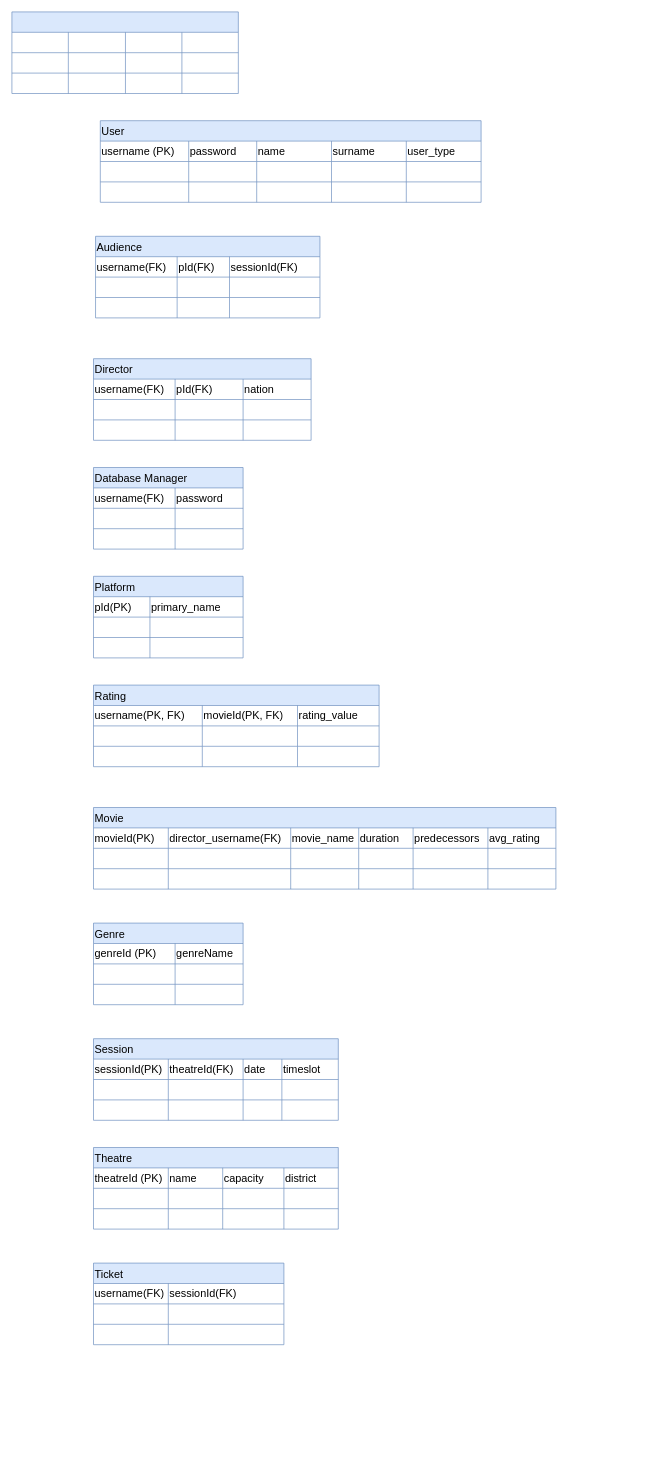
This is relationalModel.drawio from OnurKlc/draw.io_files, a draw.io file, before an edit. Source tidied: cells renumbered, new cells numbered last; positions are measured from the earlier drawing's top-left corner, leaving out a move shared by most shapes. Both pictures are drawn from the tidied source at 68%, with x=0, y=0 at pixel (12, 12).
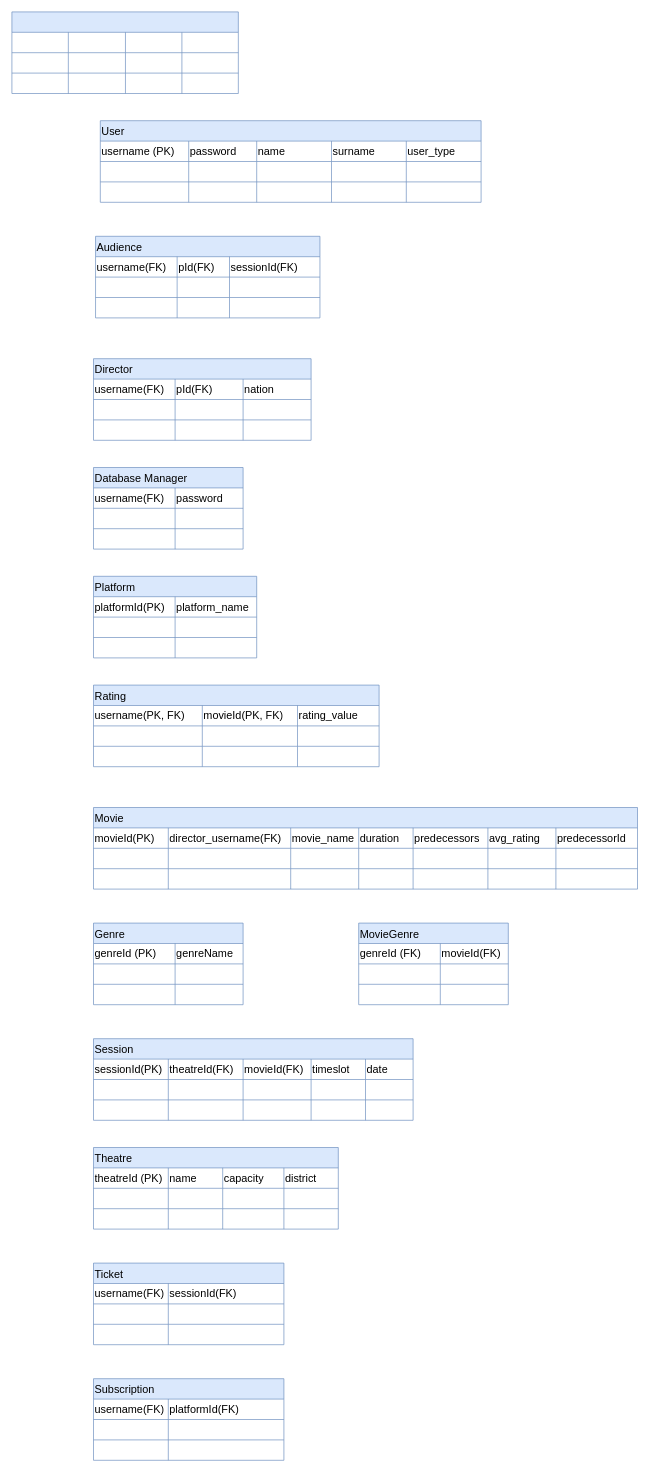
Above is the later version.

Diff of the diagram source:
```diff
@@
     <mxCell id="37" value="Platform" style="shape=table;startSize=30;childLayout=tableLayout;strokeColor=#6c8ebf;fontSize=16;align=left;perimeterSpacing=0;fillColor=#dae8fc;" parent="1" vertex="1">
-      <mxGeometry x="120" y="830" width="220" height="120" as="geometry" />
+      <mxGeometry x="120" y="830" width="240" height="120" as="geometry" />
     </mxCell>
     <mxCell id="38" style="shape=tableRow;horizontal=0;startSize=0;swimlaneHead=0;swimlaneBody=0;strokeColor=inherit;top=0;left=0;bottom=0;right=0;fillColor=none;fontSize=16;" parent="37" vertex="1">
-      <mxGeometry y="30" width="220" height="30" as="geometry" />
+      <mxGeometry y="30" width="240" height="30" as="geometry" />
     </mxCell>
-    <mxCell id="39" value="pId(PK)" style="shape=partialRectangle;html=1;whiteSpace=wrap;strokeColor=inherit;overflow=hidden;fillColor=none;top=0;left=0;bottom=0;right=0;fontSize=16;align=left;" parent="38" vertex="1">
-      <mxGeometry width="83" height="30" as="geometry" />
+    <mxCell id="39" value="platformId(PK)" style="shape=partialRectangle;html=1;whiteSpace=wrap;strokeColor=inherit;overflow=hidden;fillColor=none;top=0;left=0;bottom=0;right=0;fontSize=16;align=left;" parent="38" vertex="1">
+      <mxGeometry width="120" height="30" as="geometry" />
     </mxCell>
-    <mxCell id="40" value="primary_name" style="shape=partialRectangle;html=1;whiteSpace=wrap;strokeColor=inherit;overflow=hidden;fillColor=none;top=0;left=0;bottom=0;right=0;fontSize=16;align=left;" parent="38" vertex="1">
-      <mxGeometry x="83" width="137" height="30" as="geometry" />
+    <mxCell id="40" value="platform_name" style="shape=partialRectangle;html=1;whiteSpace=wrap;strokeColor=inherit;overflow=hidden;fillColor=none;top=0;left=0;bottom=0;right=0;fontSize=16;align=left;" parent="38" vertex="1">
+      <mxGeometry x="120" width="120" height="30" as="geometry" />
     </mxCell>
     <mxCell id="41" style="shape=tableRow;horizontal=0;startSize=0;swimlaneHead=0;swimlaneBody=0;strokeColor=inherit;top=0;left=0;bottom=0;right=0;fillColor=none;fontSize=16;" parent="37" vertex="1">
-      <mxGeometry y="60" width="220" height="30" as="geometry" />
+      <mxGeometry y="60" width="240" height="30" as="geometry" />
     </mxCell>
     <mxCell id="42" style="shape=partialRectangle;html=1;whiteSpace=wrap;strokeColor=inherit;overflow=hidden;fillColor=none;top=0;left=0;bottom=0;right=0;fontSize=16;" parent="41" vertex="1">
-      <mxGeometry width="83" height="30" as="geometry" />
+      <mxGeometry width="120" height="30" as="geometry" />
     </mxCell>
     <mxCell id="43" style="shape=partialRectangle;html=1;whiteSpace=wrap;strokeColor=inherit;overflow=hidden;fillColor=none;top=0;left=0;bottom=0;right=0;fontSize=16;" parent="41" vertex="1">
-      <mxGeometry x="83" width="137" height="30" as="geometry" />
+      <mxGeometry x="120" width="120" height="30" as="geometry" />
     </mxCell>
     <mxCell id="44" style="shape=tableRow;horizontal=0;startSize=0;swimlaneHead=0;swimlaneBody=0;strokeColor=inherit;top=0;left=0;bottom=0;right=0;fillColor=none;fontSize=16;" parent="37" vertex="1">
-      <mxGeometry y="90" width="220" height="30" as="geometry" />
+      <mxGeometry y="90" width="240" height="30" as="geometry" />
     </mxCell>
     <mxCell id="45" style="shape=partialRectangle;html=1;whiteSpace=wrap;strokeColor=inherit;overflow=hidden;fillColor=none;top=0;left=0;bottom=0;right=0;fontSize=16;" parent="44" vertex="1">
-      <mxGeometry width="83" height="30" as="geometry" />
+      <mxGeometry width="120" height="30" as="geometry" />
     </mxCell>
     <mxCell id="46" style="shape=partialRectangle;html=1;whiteSpace=wrap;strokeColor=inherit;overflow=hidden;fillColor=none;top=0;left=0;bottom=0;right=0;fontSize=16;" parent="44" vertex="1">
-      <mxGeometry x="83" width="137" height="30" as="geometry" />
+      <mxGeometry x="120" width="120" height="30" as="geometry" />
     </mxCell>
@@
     <mxCell id="60" value="Movie" style="shape=table;startSize=30;childLayout=tableLayout;strokeColor=#6c8ebf;fontSize=16;align=left;perimeterSpacing=0;fillColor=#dae8fc;" parent="1" vertex="1">
-      <mxGeometry x="120" y="1170" width="680" height="120" as="geometry" />
+      <mxGeometry x="120" y="1170" width="800" height="120" as="geometry" />
     </mxCell>
     <mxCell id="61" style="shape=tableRow;horizontal=0;startSize=0;swimlaneHead=0;swimlaneBody=0;strokeColor=inherit;top=0;left=0;bottom=0;right=0;fillColor=none;fontSize=16;" parent="60" vertex="1">
-      <mxGeometry y="30" width="680" height="30" as="geometry" />
+      <mxGeometry y="30" width="800" height="30" as="geometry" />
     </mxCell>
@@
+    <mxCell id="170" value="predecessorId" style="shape=partialRectangle;html=1;whiteSpace=wrap;strokeColor=inherit;overflow=hidden;fillColor=none;top=0;left=0;bottom=0;right=0;fontSize=16;align=left;" parent="61" vertex="1">
+      <mxGeometry x="680" width="120" height="30" as="geometry" />
+    </mxCell>
     <mxCell id="68" style="shape=tableRow;horizontal=0;startSize=0;swimlaneHead=0;swimlaneBody=0;strokeColor=inherit;top=0;left=0;bottom=0;right=0;fillColor=none;fontSize=16;" parent="60" vertex="1">
-      <mxGeometry y="60" width="680" height="30" as="geometry" />
+      <mxGeometry y="60" width="800" height="30" as="geometry" />
     </mxCell>
@@
+    <mxCell id="171" style="shape=partialRectangle;html=1;whiteSpace=wrap;strokeColor=inherit;overflow=hidden;fillColor=none;top=0;left=0;bottom=0;right=0;fontSize=16;" parent="68" vertex="1">
+      <mxGeometry x="680" width="120" height="30" as="geometry" />
+    </mxCell>
     <mxCell id="75" style="shape=tableRow;horizontal=0;startSize=0;swimlaneHead=0;swimlaneBody=0;strokeColor=inherit;top=0;left=0;bottom=0;right=0;fillColor=none;fontSize=16;" parent="60" vertex="1">
-      <mxGeometry y="90" width="680" height="30" as="geometry" />
+      <mxGeometry y="90" width="800" height="30" as="geometry" />
     </mxCell>
@@
+    <mxCell id="172" style="shape=partialRectangle;html=1;whiteSpace=wrap;strokeColor=inherit;overflow=hidden;fillColor=none;top=0;left=0;bottom=0;right=0;fontSize=16;" parent="75" vertex="1">
+      <mxGeometry x="680" width="120" height="30" as="geometry" />
+    </mxCell>
@@
     <mxCell id="92" value="Session" style="shape=table;startSize=30;childLayout=tableLayout;strokeColor=#6c8ebf;fontSize=16;align=left;perimeterSpacing=0;fillColor=#dae8fc;" parent="1" vertex="1">
-      <mxGeometry x="120" y="1510" width="360" height="120" as="geometry" />
+      <mxGeometry x="120" y="1510" width="470" height="120" as="geometry" />
     </mxCell>
     <mxCell id="93" style="shape=tableRow;horizontal=0;startSize=0;swimlaneHead=0;swimlaneBody=0;strokeColor=inherit;top=0;left=0;bottom=0;right=0;fillColor=none;fontSize=16;" parent="92" vertex="1">
-      <mxGeometry y="30" width="360" height="30" as="geometry" />
+      <mxGeometry y="30" width="470" height="30" as="geometry" />
     </mxCell>
@@
-    <mxCell id="96" value="date" style="shape=partialRectangle;html=1;whiteSpace=wrap;strokeColor=inherit;overflow=hidden;fillColor=none;top=0;left=0;bottom=0;right=0;fontSize=16;align=left;" parent="93" vertex="1">
-      <mxGeometry x="220" width="57" height="30" as="geometry" />
+    <mxCell id="96" value="movieId(FK)" style="shape=partialRectangle;html=1;whiteSpace=wrap;strokeColor=inherit;overflow=hidden;fillColor=none;top=0;left=0;bottom=0;right=0;fontSize=16;align=left;" parent="93" vertex="1">
+      <mxGeometry x="220" width="100" height="30" as="geometry" />
     </mxCell>
     <mxCell id="97" value="timeslot" style="shape=partialRectangle;html=1;whiteSpace=wrap;strokeColor=inherit;overflow=hidden;fillColor=none;top=0;left=0;bottom=0;right=0;fontSize=16;align=left;" parent="93" vertex="1">
-      <mxGeometry x="277" width="83" height="30" as="geometry" />
+      <mxGeometry x="320" width="80" height="30" as="geometry" />
     </mxCell>
+    <mxCell id="173" value="date" style="shape=partialRectangle;html=1;whiteSpace=wrap;strokeColor=inherit;overflow=hidden;fillColor=none;top=0;left=0;bottom=0;right=0;fontSize=16;align=left;" parent="93" vertex="1">
+      <mxGeometry x="400" width="70" height="30" as="geometry" />
+    </mxCell>
     <mxCell id="98" style="shape=tableRow;horizontal=0;startSize=0;swimlaneHead=0;swimlaneBody=0;strokeColor=inherit;top=0;left=0;bottom=0;right=0;fillColor=none;fontSize=16;" parent="92" vertex="1">
-      <mxGeometry y="60" width="360" height="30" as="geometry" />
+      <mxGeometry y="60" width="470" height="30" as="geometry" />
     </mxCell>
@@
     <mxCell id="101" style="shape=partialRectangle;html=1;whiteSpace=wrap;strokeColor=inherit;overflow=hidden;fillColor=none;top=0;left=0;bottom=0;right=0;fontSize=16;" parent="98" vertex="1">
-      <mxGeometry x="220" width="57" height="30" as="geometry" />
+      <mxGeometry x="220" width="100" height="30" as="geometry" />
     </mxCell>
     <mxCell id="102" style="shape=partialRectangle;html=1;whiteSpace=wrap;strokeColor=inherit;overflow=hidden;fillColor=none;top=0;left=0;bottom=0;right=0;fontSize=16;" parent="98" vertex="1">
-      <mxGeometry x="277" width="83" height="30" as="geometry" />
+      <mxGeometry x="320" width="80" height="30" as="geometry" />
     </mxCell>
+    <mxCell id="174" style="shape=partialRectangle;html=1;whiteSpace=wrap;strokeColor=inherit;overflow=hidden;fillColor=none;top=0;left=0;bottom=0;right=0;fontSize=16;" parent="98" vertex="1">
+      <mxGeometry x="400" width="70" height="30" as="geometry" />
+    </mxCell>
     <mxCell id="103" style="shape=tableRow;horizontal=0;startSize=0;swimlaneHead=0;swimlaneBody=0;strokeColor=inherit;top=0;left=0;bottom=0;right=0;fillColor=none;fontSize=16;" parent="92" vertex="1">
-      <mxGeometry y="90" width="360" height="30" as="geometry" />
+      <mxGeometry y="90" width="470" height="30" as="geometry" />
     </mxCell>
@@
     <mxCell id="106" style="shape=partialRectangle;html=1;whiteSpace=wrap;strokeColor=inherit;overflow=hidden;fillColor=none;top=0;left=0;bottom=0;right=0;fontSize=16;" parent="103" vertex="1">
-      <mxGeometry x="220" width="57" height="30" as="geometry" />
+      <mxGeometry x="220" width="100" height="30" as="geometry" />
     </mxCell>
     <mxCell id="107" style="shape=partialRectangle;html=1;whiteSpace=wrap;strokeColor=inherit;overflow=hidden;fillColor=none;top=0;left=0;bottom=0;right=0;fontSize=16;" parent="103" vertex="1">
-      <mxGeometry x="277" width="83" height="30" as="geometry" />
+      <mxGeometry x="320" width="80" height="30" as="geometry" />
     </mxCell>
+    <mxCell id="175" style="shape=partialRectangle;html=1;whiteSpace=wrap;strokeColor=inherit;overflow=hidden;fillColor=none;top=0;left=0;bottom=0;right=0;fontSize=16;" parent="103" vertex="1">
+      <mxGeometry x="400" width="70" height="30" as="geometry" />
+    </mxCell>
@@
+    <mxCell id="176" value="Subscription" style="shape=table;startSize=30;childLayout=tableLayout;strokeColor=#6c8ebf;fontSize=16;align=left;perimeterSpacing=0;fillColor=#dae8fc;" parent="1" vertex="1">
+      <mxGeometry x="120" y="2010" width="280" height="120" as="geometry" />
+    </mxCell>
+    <mxCell id="177" style="shape=tableRow;horizontal=0;startSize=0;swimlaneHead=0;swimlaneBody=0;strokeColor=inherit;top=0;left=0;bottom=0;right=0;fillColor=none;fontSize=16;" parent="176" vertex="1">
+      <mxGeometry y="30" width="280" height="30" as="geometry" />
+    </mxCell>
+    <mxCell id="178" value="username(FK)" style="shape=partialRectangle;html=1;whiteSpace=wrap;strokeColor=inherit;overflow=hidden;fillColor=none;top=0;left=0;bottom=0;right=0;fontSize=16;align=left;" parent="177" vertex="1">
+      <mxGeometry width="110" height="30" as="geometry" />
+    </mxCell>
+    <mxCell id="179" value="platformId(FK)" style="shape=partialRectangle;html=1;whiteSpace=wrap;strokeColor=inherit;overflow=hidden;fillColor=none;top=0;left=0;bottom=0;right=0;fontSize=16;align=left;" parent="177" vertex="1">
+      <mxGeometry x="110" width="170" height="30" as="geometry" />
+    </mxCell>
+    <mxCell id="180" style="shape=tableRow;horizontal=0;startSize=0;swimlaneHead=0;swimlaneBody=0;strokeColor=inherit;top=0;left=0;bottom=0;right=0;fillColor=none;fontSize=16;" parent="176" vertex="1">
+      <mxGeometry y="60" width="280" height="30" as="geometry" />
+    </mxCell>
+    <mxCell id="181" style="shape=partialRectangle;html=1;whiteSpace=wrap;strokeColor=inherit;overflow=hidden;fillColor=none;top=0;left=0;bottom=0;right=0;fontSize=16;" parent="180" vertex="1">
+      <mxGeometry width="110" height="30" as="geometry" />
+    </mxCell>
+    <mxCell id="182" style="shape=partialRectangle;html=1;whiteSpace=wrap;strokeColor=inherit;overflow=hidden;fillColor=none;top=0;left=0;bottom=0;right=0;fontSize=16;" parent="180" vertex="1">
+      <mxGeometry x="110" width="170" height="30" as="geometry" />
+    </mxCell>
+    <mxCell id="183" style="shape=tableRow;horizontal=0;startSize=0;swimlaneHead=0;swimlaneBody=0;strokeColor=inherit;top=0;left=0;bottom=0;right=0;fillColor=none;fontSize=16;" parent="176" vertex="1">
+      <mxGeometry y="90" width="280" height="30" as="geometry" />
+    </mxCell>
+    <mxCell id="184" style="shape=partialRectangle;html=1;whiteSpace=wrap;strokeColor=inherit;overflow=hidden;fillColor=none;top=0;left=0;bottom=0;right=0;fontSize=16;" parent="183" vertex="1">
+      <mxGeometry width="110" height="30" as="geometry" />
+    </mxCell>
+    <mxCell id="185" style="shape=partialRectangle;html=1;whiteSpace=wrap;strokeColor=inherit;overflow=hidden;fillColor=none;top=0;left=0;bottom=0;right=0;fontSize=16;" parent="183" vertex="1">
+      <mxGeometry x="110" width="170" height="30" as="geometry" />
+    </mxCell>
+    <mxCell id="186" value="MovieGenre" style="shape=table;startSize=30;childLayout=tableLayout;strokeColor=#6c8ebf;fontSize=16;align=left;perimeterSpacing=0;fillColor=#dae8fc;" parent="1" vertex="1">
+      <mxGeometry x="510" y="1340" width="220" height="120" as="geometry" />
+    </mxCell>
+    <mxCell id="187" style="shape=tableRow;horizontal=0;startSize=0;swimlaneHead=0;swimlaneBody=0;strokeColor=inherit;top=0;left=0;bottom=0;right=0;fillColor=none;fontSize=16;" parent="186" vertex="1">
+      <mxGeometry y="30" width="220" height="30" as="geometry" />
+    </mxCell>
+    <mxCell id="188" value="genreId (FK)" style="shape=partialRectangle;html=1;whiteSpace=wrap;strokeColor=inherit;overflow=hidden;fillColor=none;top=0;left=0;bottom=0;right=0;fontSize=16;align=left;" parent="187" vertex="1">
+      <mxGeometry width="120" height="30" as="geometry" />
+    </mxCell>
+    <mxCell id="189" value="movieId(FK)" style="shape=partialRectangle;html=1;whiteSpace=wrap;strokeColor=inherit;overflow=hidden;fillColor=none;top=0;left=0;bottom=0;right=0;fontSize=16;align=left;" parent="187" vertex="1">
+      <mxGeometry x="120" width="100" height="30" as="geometry" />
+    </mxCell>
+    <mxCell id="190" style="shape=tableRow;horizontal=0;startSize=0;swimlaneHead=0;swimlaneBody=0;strokeColor=inherit;top=0;left=0;bottom=0;right=0;fillColor=none;fontSize=16;" parent="186" vertex="1">
+      <mxGeometry y="60" width="220" height="30" as="geometry" />
+    </mxCell>
+    <mxCell id="191" style="shape=partialRectangle;html=1;whiteSpace=wrap;strokeColor=inherit;overflow=hidden;fillColor=none;top=0;left=0;bottom=0;right=0;fontSize=16;" parent="190" vertex="1">
+      <mxGeometry width="120" height="30" as="geometry" />
+    </mxCell>
+    <mxCell id="192" style="shape=partialRectangle;html=1;whiteSpace=wrap;strokeColor=inherit;overflow=hidden;fillColor=none;top=0;left=0;bottom=0;right=0;fontSize=16;" parent="190" vertex="1">
+      <mxGeometry x="120" width="100" height="30" as="geometry" />
+    </mxCell>
+    <mxCell id="193" style="shape=tableRow;horizontal=0;startSize=0;swimlaneHead=0;swimlaneBody=0;strokeColor=inherit;top=0;left=0;bottom=0;right=0;fillColor=none;fontSize=16;" parent="186" vertex="1">
+      <mxGeometry y="90" width="220" height="30" as="geometry" />
+    </mxCell>
+    <mxCell id="194" style="shape=partialRectangle;html=1;whiteSpace=wrap;strokeColor=inherit;overflow=hidden;fillColor=none;top=0;left=0;bottom=0;right=0;fontSize=16;" parent="193" vertex="1">
+      <mxGeometry width="120" height="30" as="geometry" />
+    </mxCell>
+    <mxCell id="195" style="shape=partialRectangle;html=1;whiteSpace=wrap;strokeColor=inherit;overflow=hidden;fillColor=none;top=0;left=0;bottom=0;right=0;fontSize=16;" parent="193" vertex="1">
+      <mxGeometry x="120" width="100" height="30" as="geometry" />
+    </mxCell>
```
